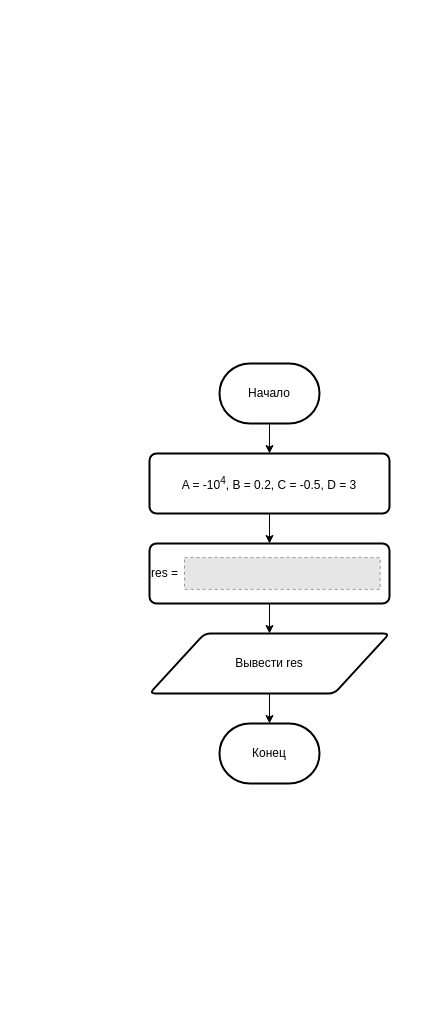
grigorijtomczuk/suai keeps this draw.io diagram as cs/lab01/fc.drawio. Above is the earlier version. Source tidied: cells renumbered, new cells numbered last; positions are measured from the earlier drawing's top-left corner, leaving out a move shared by most shapes. Both pictures are drawn from the tidied source at 100%, with x=0, y=0 at pixel (149, 363). Pictures stored in the file or linked from it are replaced by grey dashed boxes.
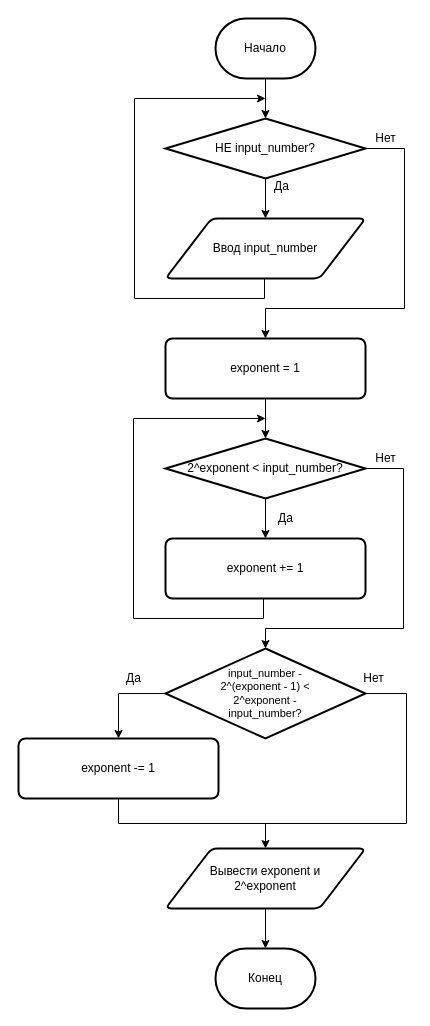
After the change.

The edit, as a diff of the source:
```diff
@@
-    <mxCell id="2" style="edgeStyle=orthogonalEdgeStyle;rounded=0;jettySize=auto;html=1;" parent="1" edge="1" source="3" target="8">
-      <mxGeometry relative="1" as="geometry" />
-    </mxCell>
+    <mxCell id="12" style="edgeStyle=orthogonalEdgeStyle;rounded=0;jettySize=auto;html=1;fontFamily=Helvetica;fontSize=12;fontColor=default;" parent="1" edge="1" source="3" target="17">
+      <mxGeometry relative="1" as="geometry" />
+    </mxCell>
     <mxCell id="3" value="Начало" style="strokeWidth=2;html=1;shape=mxgraph.flowchart.terminator;whiteSpace=wrap;" parent="1" vertex="1">
-      <mxGeometry x="70" width="100" height="60" as="geometry" />
+      <mxGeometry x="66" y="-345" width="100" height="60" as="geometry" />
     </mxCell>
     <mxCell id="4" value="Конец" style="strokeWidth=2;html=1;shape=mxgraph.flowchart.terminator;whiteSpace=wrap;" parent="1" vertex="1">
-      <mxGeometry x="70" y="360" width="100" height="60" as="geometry" />
+      <mxGeometry x="66" y="585" width="100" height="60" as="geometry" />
     </mxCell>
-    <mxCell id="5" style="edgeStyle=orthogonalEdgeStyle;rounded=0;jettySize=auto;html=1;" parent="1" edge="1" source="6" target="4">
-      <mxGeometry relative="1" as="geometry" />
-    </mxCell>
-    <mxCell id="6" value="Вывести res" style="shape=parallelogram;html=1;strokeWidth=2;perimeter=parallelogramPerimeter;whiteSpace=wrap;rounded=1;arcSize=12;size=0.23;" parent="1" vertex="1">
-      <mxGeometry y="270" width="240" height="60" as="geometry" />
-    </mxCell>
-    <mxCell id="7" style="edgeStyle=orthogonalEdgeStyle;rounded=0;jettySize=auto;html=1;" parent="1" edge="1" source="8" target="10">
-      <mxGeometry relative="1" as="geometry" />
-    </mxCell>
-    <mxCell id="8" value="&lt;div style=&quot;text-align: justify;&quot;&gt;&lt;span style=&quot;background-color: initial;&quot;&gt;A = -10&lt;/span&gt;&lt;sup style=&quot;background-color: initial;&quot;&gt;4&lt;/sup&gt;&lt;span style=&quot;background-color: initial;&quot;&gt;,&amp;nbsp;&lt;/span&gt;&lt;span style=&quot;background-color: initial;&quot;&gt;B = 0.2,&amp;nbsp;&lt;/span&gt;&lt;span style=&quot;background-color: initial;&quot;&gt;C = -0.5,&amp;nbsp;&lt;/span&gt;&lt;span style=&quot;background-color: initial;&quot;&gt;D = 3&lt;/span&gt;&lt;/div&gt;" style="rounded=1;whiteSpace=wrap;html=1;absoluteArcSize=1;arcSize=14;strokeWidth=2;align=center;" parent="1" vertex="1">
-      <mxGeometry y="90" width="240" height="60" as="geometry" />
-    </mxCell>
-    <mxCell id="9" style="edgeStyle=orthogonalEdgeStyle;rounded=0;jettySize=auto;html=1;" parent="1" edge="1" source="10" target="6">
-      <mxGeometry relative="1" as="geometry" />
-    </mxCell>
-    <mxCell id="10" value="res =&amp;nbsp;" style="rounded=1;whiteSpace=wrap;html=1;absoluteArcSize=1;arcSize=14;strokeWidth=2;align=left;" parent="1" vertex="1">
-      <mxGeometry y="180" width="240" height="60" as="geometry" />
-    </mxCell>
-    <mxCell id="11" style="fillColor=#E6E6E6;strokeColor=#999999;dashed=1;verticalLabelPosition=bottom;labelBackgroundColor=default;verticalAlign=top;" parent="1" vertex="1">
-      <mxGeometry x="35" y="194.1" width="195.7" height="31.8" as="geometry" />
-    </mxCell>
+    <mxCell id="13" style="edgeStyle=orthogonalEdgeStyle;rounded=0;jettySize=auto;html=1;fontFamily=Helvetica;fontSize=12;fontColor=default;" parent="1" edge="1" source="14">
+      <mxGeometry relative="1" as="geometry">
+        <mxPoint x="116" y="-265" as="targetPoint" />
+        <Array as="points">
+          <mxPoint x="115" y="-65" />
+          <mxPoint x="-15" y="-65" />
+          <mxPoint x="-15" y="-265" />
+        </Array>
+      </mxGeometry>
+    </mxCell>
+    <mxCell id="14" value="Ввод input_number" style="shape=parallelogram;html=1;strokeWidth=2;perimeter=parallelogramPerimeter;whiteSpace=wrap;rounded=1;arcSize=12;size=0.23;" parent="1" vertex="1">
+      <mxGeometry x="16" y="-145" width="200" height="60" as="geometry" />
+    </mxCell>
+    <mxCell id="15" value="Да" style="edgeStyle=orthogonalEdgeStyle;rounded=0;jettySize=auto;html=1;fontFamily=Helvetica;fontSize=12;fontColor=default;" parent="1" edge="1" source="17" target="14">
+      <mxGeometry x="-0.6" y="16" relative="1" as="geometry" />
+    </mxCell>
+    <mxCell id="16" value="Нет" style="edgeStyle=orthogonalEdgeStyle;rounded=0;jettySize=auto;html=1;exitX=1;exitY=0.5;exitDx=0;exitDy=0;exitPerimeter=0;fontFamily=Helvetica;fontSize=12;fontColor=default;entryX=0.5;entryY=0;entryDx=0;entryDy=0;" parent="1" edge="1" source="17" target="19">
+      <mxGeometry x="-0.89" y="10" relative="1" as="geometry">
+        <Array as="points">
+          <mxPoint x="255" y="-215" />
+          <mxPoint x="255" y="-55" />
+          <mxPoint x="116" y="-55" />
+        </Array>
+      </mxGeometry>
+    </mxCell>
+    <mxCell id="17" value="НЕ input_number?" style="strokeWidth=2;html=1;shape=mxgraph.flowchart.decision;whiteSpace=wrap;" parent="1" vertex="1">
+      <mxGeometry x="16" y="-245" width="200" height="60" as="geometry" />
+    </mxCell>
+    <mxCell id="18" style="edgeStyle=orthogonalEdgeStyle;rounded=0;jettySize=auto;html=1;fontFamily=Helvetica;fontSize=12;fontColor=default;" parent="1" edge="1" source="19" target="23">
+      <mxGeometry relative="1" as="geometry" />
+    </mxCell>
+    <mxCell id="19" value="exponent = 1" style="rounded=1;whiteSpace=wrap;html=1;absoluteArcSize=1;arcSize=14;strokeWidth=2;strokeColor=default;align=center;verticalAlign=middle;fillColor=default;" parent="1" vertex="1">
+      <mxGeometry x="16" y="-25" width="200" height="60" as="geometry" />
+    </mxCell>
+    <mxCell id="20" style="edgeStyle=orthogonalEdgeStyle;rounded=0;orthogonalLoop=1;jettySize=auto;html=1;fontFamily=Helvetica;fontSize=12;fontColor=default;" parent="1" edge="1">
+      <mxGeometry relative="1" as="geometry">
+        <mxPoint x="114" y="235" as="sourcePoint" />
+        <mxPoint x="116" y="55" as="targetPoint" />
+        <Array as="points">
+          <mxPoint x="114" y="255" />
+          <mxPoint x="-16" y="255" />
+          <mxPoint x="-16" y="55" />
+        </Array>
+      </mxGeometry>
+    </mxCell>
+    <mxCell id="21" value="Нет" style="edgeStyle=orthogonalEdgeStyle;rounded=0;jettySize=auto;html=1;exitX=1;exitY=0.5;exitDx=0;exitDy=0;exitPerimeter=0;fontFamily=Helvetica;fontSize=12;fontColor=default;entryX=0.5;entryY=0;entryDx=0;entryDy=0;entryPerimeter=0;" parent="1" edge="1" source="23" target="27">
+      <mxGeometry x="-0.89" y="10" relative="1" as="geometry">
+        <Array as="points">
+          <mxPoint x="254" y="105" />
+          <mxPoint x="254" y="265" />
+          <mxPoint x="116" y="265" />
+        </Array>
+      </mxGeometry>
+    </mxCell>
+    <mxCell id="22" value="Да" style="edgeStyle=orthogonalEdgeStyle;rounded=0;jettySize=auto;html=1;fontFamily=Helvetica;fontSize=12;fontColor=default;" parent="1" edge="1" source="23" target="24">
+      <mxGeometry y="20" relative="1" as="geometry" />
+    </mxCell>
+    <mxCell id="23" value="2^exponent &amp;lt; input_number?" style="strokeWidth=2;html=1;shape=mxgraph.flowchart.decision;whiteSpace=wrap;" parent="1" vertex="1">
+      <mxGeometry x="16" y="75" width="200" height="60" as="geometry" />
+    </mxCell>
+    <mxCell id="24" value="exponent += 1" style="rounded=1;whiteSpace=wrap;html=1;absoluteArcSize=1;arcSize=14;strokeWidth=2;strokeColor=default;align=center;verticalAlign=middle;fillColor=default;" parent="1" vertex="1">
+      <mxGeometry x="16" y="175" width="200" height="60" as="geometry" />
+    </mxCell>
+    <mxCell id="25" value="Да" style="edgeStyle=orthogonalEdgeStyle;rounded=0;jettySize=auto;html=1;fontFamily=Helvetica;fontSize=12;fontColor=default;entryX=0.5;entryY=0;entryDx=0;entryDy=0;" parent="1" edge="1" source="27" target="29">
+      <mxGeometry x="-0.31" y="-15" relative="1" as="geometry">
+        <Array as="points">
+          <mxPoint x="-31" y="330" />
+        </Array>
+      </mxGeometry>
+    </mxCell>
+    <mxCell id="26" value="Нет" style="edgeStyle=orthogonalEdgeStyle;rounded=0;jettySize=auto;html=1;fontFamily=Helvetica;fontSize=12;fontColor=default;endArrow=none;endFill=0;" parent="1" edge="1" source="27">
+      <mxGeometry x="-0.95" y="15" relative="1" as="geometry">
+        <mxPoint x="116" y="475" as="targetPoint" />
+        <Array as="points">
+          <mxPoint x="257" y="330" />
+          <mxPoint x="257" y="460" />
+          <mxPoint x="116" y="460" />
+        </Array>
+      </mxGeometry>
+    </mxCell>
+    <mxCell id="27" value="input_number - 2^(exponent - 1) &amp;lt; 2^exponent - input_number?" style="strokeWidth=2;html=1;shape=mxgraph.flowchart.decision;fontSize=11;whiteSpace=wrap;spacing=33;" parent="1" vertex="1">
+      <mxGeometry x="16" y="285" width="200" height="90" as="geometry" />
+    </mxCell>
+    <mxCell id="28" style="edgeStyle=orthogonalEdgeStyle;rounded=0;jettySize=auto;html=1;fontFamily=Helvetica;fontSize=12;fontColor=default;" parent="1" edge="1" source="29" target="31">
+      <mxGeometry relative="1" as="geometry" />
+    </mxCell>
+    <mxCell id="29" value="exponent -= 1" style="rounded=1;whiteSpace=wrap;html=1;absoluteArcSize=1;arcSize=14;strokeWidth=2;strokeColor=default;align=center;verticalAlign=middle;fillColor=default;" parent="1" vertex="1">
+      <mxGeometry x="-131" y="375" width="200" height="60" as="geometry" />
+    </mxCell>
+    <mxCell id="30" style="edgeStyle=orthogonalEdgeStyle;rounded=0;jettySize=auto;html=1;fontFamily=Helvetica;fontSize=12;fontColor=default;" parent="1" edge="1" source="31" target="4">
+      <mxGeometry relative="1" as="geometry" />
+    </mxCell>
+    <mxCell id="31" value="&lt;div&gt;Вывести exponent и&lt;br&gt;&lt;span style=&quot;background-color: initial;&quot;&gt;2^exponent&lt;/span&gt;&lt;/div&gt;" style="shape=parallelogram;html=1;strokeWidth=2;perimeter=parallelogramPerimeter;whiteSpace=wrap;rounded=1;arcSize=12;size=0.23;" parent="1" vertex="1">
+      <mxGeometry x="16" y="485" width="200" height="60" as="geometry" />
+    </mxCell>
```
